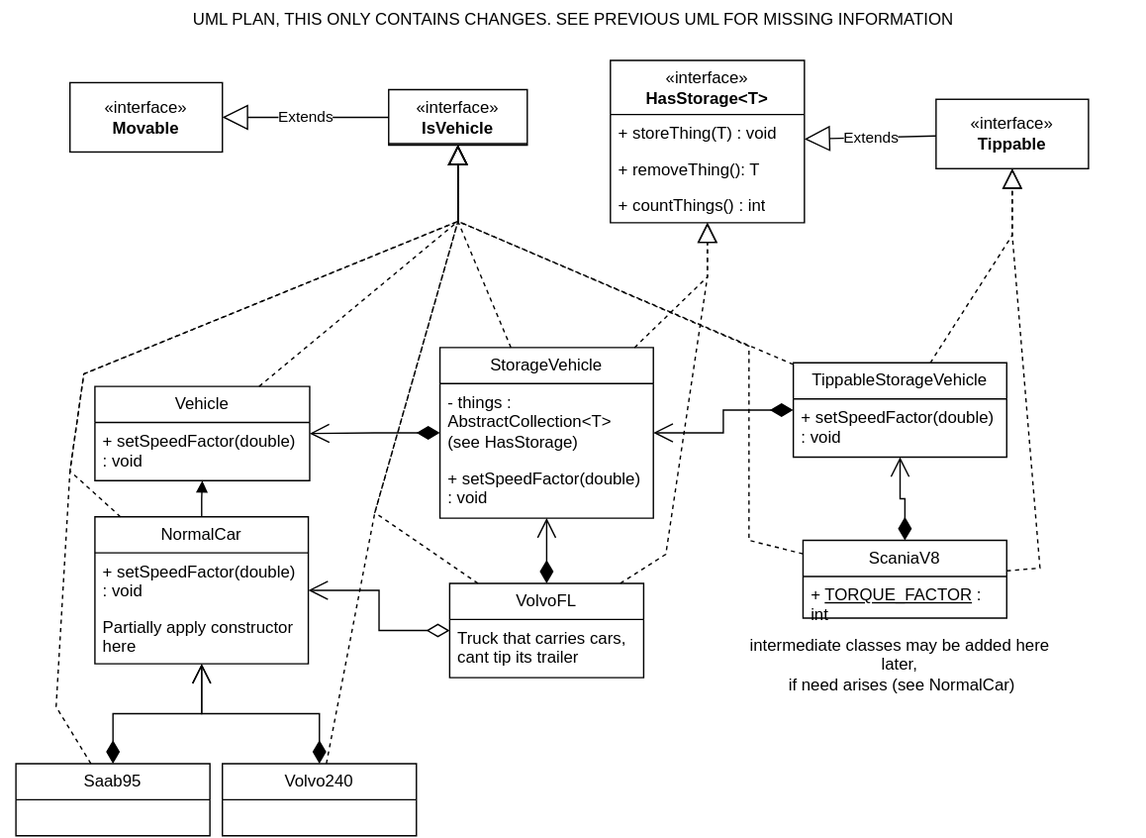
This is UML/UML-plan-2.svg from vicha00/DIT954-Labb-Grupp16, a draw.io export, as it was before one commit. Source tidied: cells renumbered, new cells last; positions are measured from the earlier drawing's top-left corner, leaving out a move shared by most shapes.
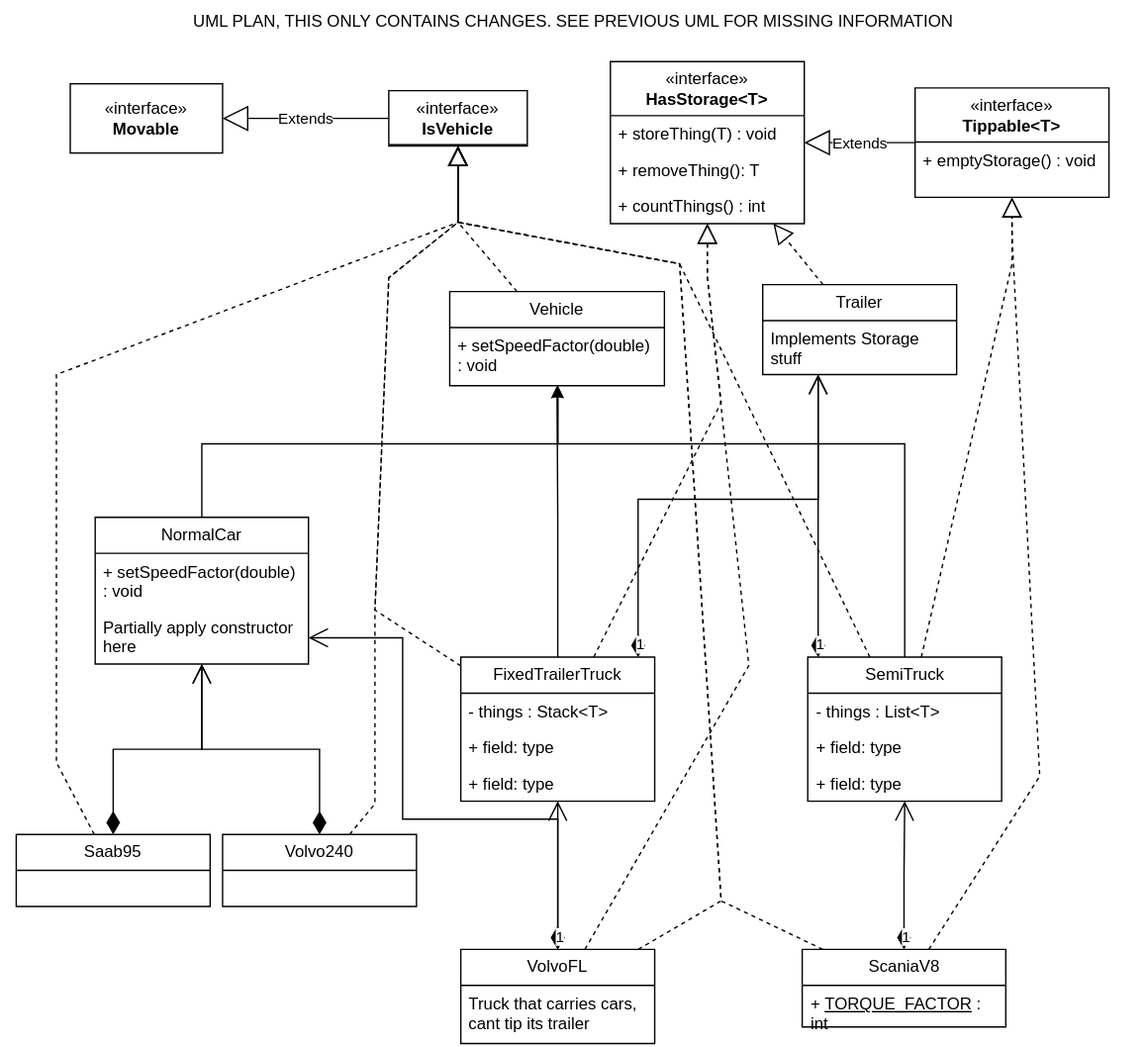
After the commit.

What changed in the source:
```diff
@@ -7,22 +7,4 @@
     </mxCell>
-    <mxCell id="3" value="«interface»&lt;br&gt;&lt;b&gt;Tippable&lt;/b&gt;" style="html=1;whiteSpace=wrap;" parent="1" vertex="1">
-      <mxGeometry x="675" y="72" width="110" height="50" as="geometry" />
-    </mxCell>
-    <mxCell id="4" value="StorageVehicle" style="swimlane;fontStyle=0;horizontal=1;startSize=26;fillColor=none;whiteSpace=wrap;html=1;" parent="1" vertex="1">
-      <mxGeometry x="317" y="251" width="154" height="123" as="geometry" />
-    </mxCell>
-    <mxCell id="5" value="- things : AbstractCollection&amp;lt;T&amp;gt; (see HasStorage)" style="text;strokeColor=none;fillColor=none;align=left;verticalAlign=top;spacingLeft=4;spacingRight=4;overflow=hidden;whiteSpace=wrap;html=1;" parent="4" vertex="1">
-      <mxGeometry y="26" width="154" height="55" as="geometry" />
-    </mxCell>
-    <mxCell id="6" value="+ setSpeedFactor(double) : void" style="text;strokeColor=none;fillColor=none;align=left;verticalAlign=top;spacingLeft=4;spacingRight=4;overflow=hidden;whiteSpace=wrap;html=1;" parent="4" vertex="1">
-      <mxGeometry y="81" width="154" height="42" as="geometry" />
-    </mxCell>
-    <mxCell id="7" value="TippableStorageVehicle" style="swimlane;fontStyle=0;horizontal=1;startSize=26;fillColor=none;whiteSpace=wrap;html=1;" parent="1" vertex="1">
-      <mxGeometry x="572" y="262" width="154" height="68" as="geometry" />
-    </mxCell>
-    <mxCell id="8" value="+ setSpeedFactor(double) : void" style="text;strokeColor=none;fillColor=none;align=left;verticalAlign=top;spacingLeft=4;spacingRight=4;overflow=hidden;whiteSpace=wrap;html=1;" parent="7" vertex="1">
-      <mxGeometry y="26" width="154" height="42" as="geometry" />
-    </mxCell>
     <mxCell id="9" value="Vehicle" style="swimlane;fontStyle=0;horizontal=1;startSize=26;fillColor=none;whiteSpace=wrap;html=1;" parent="1" vertex="1">
-      <mxGeometry x="68" y="279" width="155" height="68" as="geometry" />
+      <mxGeometry x="324" y="210" width="155" height="68" as="geometry" />
     </mxCell>
@@ -31,3 +13,3 @@
     </mxCell>
-    <mxCell id="11" value="Extends" style="endArrow=block;endSize=16;endFill=0;html=1;rounded=0;" parent="1" edge="1" source="3" target="35">
+    <mxCell id="11" value="Extends" style="endArrow=block;endSize=16;endFill=0;html=1;rounded=0;" parent="1" edge="1" source="61" target="35">
       <mxGeometry relative="1" as="geometry" />
@@ -37,5 +19,6 @@
     </mxCell>
-    <mxCell id="13" style="endArrow=block;dashed=1;endFill=0;endSize=12;html=1;rounded=0;" parent="1" edge="1" source="4" target="35">
+    <mxCell id="13" style="endArrow=block;dashed=1;endFill=0;endSize=12;html=1;rounded=0;" parent="1" edge="1" source="50" target="35">
       <mxGeometry relative="1" as="geometry">
         <Array as="points">
+          <mxPoint x="520" y="290" />
           <mxPoint x="510" y="200" />
@@ -44,6 +27,6 @@
     </mxCell>
-    <mxCell id="14" style="endArrow=block;dashed=1;endFill=0;endSize=12;html=1;rounded=0;" parent="1" edge="1" source="7" target="3">
+    <mxCell id="14" style="endArrow=block;dashed=1;endFill=0;endSize=12;html=1;rounded=0;" parent="1" edge="1" source="54" target="61">
       <mxGeometry relative="1" as="geometry">
         <Array as="points">
-          <mxPoint x="730" y="170" />
+          <mxPoint x="730" y="190" />
         </Array>
@@ -51,5 +34,6 @@
     </mxCell>
-    <mxCell id="15" style="endArrow=block;dashed=1;endFill=0;endSize=12;html=1;rounded=0;" parent="1" edge="1" source="7" target="48">
+    <mxCell id="15" style="endArrow=block;dashed=1;endFill=0;endSize=12;html=1;rounded=0;" parent="1" edge="1" source="54" target="48">
       <mxGeometry relative="1" as="geometry">
         <Array as="points">
+          <mxPoint x="490" y="190" />
           <mxPoint x="330" y="160" />
@@ -58,5 +42,7 @@
     </mxCell>
-    <mxCell id="16" style="endArrow=block;dashed=1;endFill=0;endSize=12;html=1;rounded=0;" parent="1" edge="1" source="4" target="48">
+    <mxCell id="16" style="endArrow=block;dashed=1;endFill=0;endSize=12;html=1;rounded=0;" parent="1" edge="1" source="50" target="48">
       <mxGeometry relative="1" as="geometry">
         <Array as="points">
+          <mxPoint x="270" y="440" />
+          <mxPoint x="280" y="200" />
           <mxPoint x="330" y="160" />
@@ -72,13 +58,10 @@
     </mxCell>
-    <mxCell id="18" value="1" style="endArrow=open;html=1;endSize=12;startArrow=diamondThin;startSize=14;startFill=1;edgeStyle=orthogonalEdgeStyle;align=left;verticalAlign=bottom;rounded=0;textOpacity=0;" parent="1" edge="1" source="7" target="4">
-      <mxGeometry x="-1" y="3" relative="1" as="geometry" />
-    </mxCell>
     <mxCell id="19" value="Volvo240" style="swimlane;fontStyle=0;horizontal=1;startSize=26;fillColor=none;whiteSpace=wrap;html=1;" parent="1" vertex="1">
-      <mxGeometry x="160" y="551" width="140" height="52" as="geometry" />
+      <mxGeometry x="160" y="602" width="140" height="52" as="geometry" />
     </mxCell>
     <mxCell id="20" value="&lt;div&gt;Saab95&lt;/div&gt;" style="swimlane;fontStyle=0;horizontal=1;startSize=26;fillColor=none;whiteSpace=wrap;html=1;" parent="1" vertex="1">
-      <mxGeometry x="11" y="551" width="140" height="52" as="geometry" />
+      <mxGeometry x="11" y="602" width="140" height="52" as="geometry" />
     </mxCell>
     <mxCell id="21" value="ScaniaV8" style="swimlane;fontStyle=0;horizontal=1;startSize=26;fillColor=none;whiteSpace=wrap;html=1;" parent="1" vertex="1">
-      <mxGeometry x="579" y="390" width="147" height="56" as="geometry" />
+      <mxGeometry x="578.5" y="685" width="147" height="56" as="geometry" />
     </mxCell>
@@ -87,5 +70,2 @@
     </mxCell>
-    <mxCell id="23" value="1" style="endArrow=open;html=1;endSize=12;startArrow=diamondThin;startSize=14;startFill=1;edgeStyle=orthogonalEdgeStyle;align=left;verticalAlign=bottom;rounded=0;textOpacity=0;" parent="1" edge="1" source="21" target="7">
-      <mxGeometry x="-1" y="3" relative="1" as="geometry" />
-    </mxCell>
     <mxCell id="24" value="1" style="endArrow=open;html=1;endSize=12;startArrow=diamondThin;startSize=14;startFill=1;edgeStyle=orthogonalEdgeStyle;align=left;verticalAlign=bottom;rounded=0;textOpacity=0;" parent="1" edge="1" source="19" target="30">
@@ -97,3 +77,3 @@
     <mxCell id="26" value="VolvoFL" style="swimlane;fontStyle=0;horizontal=1;startSize=26;fillColor=none;whiteSpace=wrap;html=1;" parent="1" vertex="1">
-      <mxGeometry x="324" y="421" width="140" height="68" as="geometry" />
+      <mxGeometry x="332" y="685" width="140" height="68" as="geometry" />
     </mxCell>
@@ -102,8 +82,2 @@
     </mxCell>
-    <mxCell id="28" value="1" style="endArrow=open;html=1;endSize=12;startArrow=diamondThin;startSize=14;startFill=1;edgeStyle=orthogonalEdgeStyle;align=left;verticalAlign=bottom;rounded=0;strokeWidth=1;textOpacity=0;" parent="1" edge="1" source="26" target="4">
-      <mxGeometry x="-1" y="3" relative="1" as="geometry" />
-    </mxCell>
-    <mxCell id="29" value="1" style="endArrow=open;html=1;endSize=12;startArrow=diamondThin;startSize=14;startFill=1;edgeStyle=orthogonalEdgeStyle;align=left;verticalAlign=bottom;rounded=0;textOpacity=0;" parent="1" edge="1" source="4" target="9">
-      <mxGeometry x="-1" y="3" relative="1" as="geometry" />
-    </mxCell>
     <mxCell id="30" value="NormalCar" style="swimlane;fontStyle=0;horizontal=1;startSize=26;fillColor=none;whiteSpace=wrap;html=1;" parent="1" vertex="1">
@@ -118,7 +92,9 @@
     <mxCell id="33" value="&lt;div&gt;&lt;br&gt;&lt;/div&gt;&lt;div&gt;&lt;br&gt;&lt;/div&gt;" style="endArrow=block;endFill=1;html=1;edgeStyle=orthogonalEdgeStyle;align=left;verticalAlign=top;rounded=0;" parent="1" edge="1" source="30" target="9">
-      <mxGeometry x="-1" relative="1" as="geometry" />
+      <mxGeometry x="-1" relative="1" as="geometry">
+        <Array as="points">
+          <mxPoint x="145" y="320" />
+          <mxPoint x="402" y="320" />
+        </Array>
+      </mxGeometry>
     </mxCell>
-    <mxCell id="34" value="1" style="endArrow=open;html=1;endSize=12;startArrow=diamondThin;startSize=14;startFill=0;edgeStyle=orthogonalEdgeStyle;align=left;verticalAlign=bottom;rounded=0;textOpacity=0;" parent="1" edge="1" source="26" target="30">
-      <mxGeometry x="-1" y="3" relative="1" as="geometry" />
-    </mxCell>
     <mxCell id="35" value="«interface»&lt;br&gt;&lt;div&gt;&lt;b&gt;HasStorage&amp;lt;T&amp;gt;&lt;/b&gt;&lt;/div&gt;" style="swimlane;fontStyle=0;horizontal=1;startSize=39;fillColor=none;whiteSpace=wrap;html=1;" parent="1" vertex="1">
@@ -135,5 +111,2 @@
     </mxCell>
-    <mxCell id="39" value="&lt;div&gt;intermediate classes may be added here later,&lt;/div&gt;&lt;div&gt;&amp;nbsp;if need arises (see NormalCar)&lt;/div&gt;" style="text;html=1;strokeColor=none;fillColor=none;align=center;verticalAlign=middle;whiteSpace=wrap;rounded=0;" parent="1" vertex="1">
-      <mxGeometry x="537" y="455" width="224" height="50" as="geometry" />
-    </mxCell>
     <mxCell id="40" value="UML PLAN, THIS ONLY CONTAINS CHANGES. SEE PREVIOUS UML FOR MISSING INFORMATION" style="text;html=1;strokeColor=none;fillColor=none;align=center;verticalAlign=middle;whiteSpace=wrap;rounded=0;" parent="1" vertex="1">
@@ -141,2 +114,46 @@
     </mxCell>
+    <mxCell id="48" value="«interface»&lt;br&gt;&lt;div&gt;&lt;b&gt;IsVehicle&lt;/b&gt;&lt;/div&gt;" style="swimlane;fontStyle=0;horizontal=1;startSize=39;fillColor=none;whiteSpace=wrap;html=1;" parent="1" vertex="1" collapsed="1">
+      <mxGeometry x="280" y="65" width="100" height="40" as="geometry" />
+    </mxCell>
+    <mxCell id="34" value="1" style="endArrow=open;html=1;endSize=12;startArrow=diamondThin;startSize=14;startFill=0;edgeStyle=orthogonalEdgeStyle;align=left;verticalAlign=bottom;rounded=0;" parent="1" edge="1" source="26" target="30">
+      <mxGeometry x="-1" y="3" relative="1" as="geometry">
+        <Array as="points">
+          <mxPoint x="290" y="591" />
+          <mxPoint x="290" y="460" />
+        </Array>
+      </mxGeometry>
+    </mxCell>
+    <mxCell id="49" style="edgeStyle=orthogonalEdgeStyle;rounded=0;jettySize=auto;html=1;" parent="1" edge="1" source="50" target="9">
+      <mxGeometry relative="1" as="geometry" />
+    </mxCell>
+    <mxCell id="50" value="FixedTrailerTruck" style="swimlane;fontStyle=0;horizontal=1;startSize=26;fillColor=none;whiteSpace=wrap;html=1;" parent="1" vertex="1">
+      <mxGeometry x="332" y="474" width="140" height="104" as="geometry" />
+    </mxCell>
+    <mxCell id="51" value="- things : Stack&amp;lt;T&amp;gt;" style="text;strokeColor=none;fillColor=none;align=left;verticalAlign=top;spacingLeft=4;spacingRight=4;overflow=hidden;whiteSpace=wrap;html=1;" parent="50" vertex="1">
+      <mxGeometry y="26" width="140" height="26" as="geometry" />
+    </mxCell>
+    <mxCell id="52" value="+ field: type" style="text;strokeColor=none;fillColor=none;align=left;verticalAlign=top;spacingLeft=4;spacingRight=4;overflow=hidden;whiteSpace=wrap;html=1;" parent="50" vertex="1">
+      <mxGeometry y="52" width="140" height="26" as="geometry" />
+    </mxCell>
+    <mxCell id="53" value="+ field: type" style="text;strokeColor=none;fillColor=none;align=left;verticalAlign=top;spacingLeft=4;spacingRight=4;overflow=hidden;whiteSpace=wrap;html=1;" parent="50" vertex="1">
+      <mxGeometry y="78" width="140" height="26" as="geometry" />
+    </mxCell>
+    <mxCell id="54" value="SemiTruck" style="swimlane;fontStyle=0;horizontal=1;startSize=26;fillColor=none;whiteSpace=wrap;html=1;" parent="1" vertex="1">
+      <mxGeometry x="582.5" y="474" width="140" height="104" as="geometry" />
+    </mxCell>
+    <mxCell id="55" value="- things : List&amp;lt;T&amp;gt;" style="text;strokeColor=none;fillColor=none;align=left;verticalAlign=top;spacingLeft=4;spacingRight=4;overflow=hidden;whiteSpace=wrap;html=1;" parent="54" vertex="1">
+      <mxGeometry y="26" width="140" height="26" as="geometry" />
+    </mxCell>
+    <mxCell id="56" value="+ field: type" style="text;strokeColor=none;fillColor=none;align=left;verticalAlign=top;spacingLeft=4;spacingRight=4;overflow=hidden;whiteSpace=wrap;html=1;" parent="54" vertex="1">
+      <mxGeometry y="52" width="140" height="26" as="geometry" />
+    </mxCell>
+    <mxCell id="57" value="+ field: type" style="text;strokeColor=none;fillColor=none;align=left;verticalAlign=top;spacingLeft=4;spacingRight=4;overflow=hidden;whiteSpace=wrap;html=1;" parent="54" vertex="1">
+      <mxGeometry y="78" width="140" height="26" as="geometry" />
+    </mxCell>
+    <mxCell id="58" value="1" style="endArrow=open;html=1;endSize=12;startArrow=diamondThin;startSize=14;startFill=1;edgeStyle=orthogonalEdgeStyle;align=left;verticalAlign=bottom;rounded=0;" parent="1" edge="1" source="21" target="54">
+      <mxGeometry x="-1" y="3" relative="1" as="geometry" />
+    </mxCell>
+    <mxCell id="59" value="1" style="endArrow=open;html=1;endSize=12;startArrow=diamondThin;startSize=14;startFill=1;edgeStyle=orthogonalEdgeStyle;align=left;verticalAlign=bottom;rounded=0;" parent="1" edge="1" source="26" target="50">
+      <mxGeometry x="-1" y="3" relative="1" as="geometry" />
+    </mxCell>
     <mxCell id="41" style="endArrow=block;dashed=1;endFill=0;endSize=12;html=1;rounded=0;" parent="1" edge="1" source="21" target="48">
@@ -144,4 +161,4 @@
         <Array as="points">
-          <mxPoint x="540" y="390" />
-          <mxPoint x="540" y="250" />
+          <mxPoint x="520" y="650" />
+          <mxPoint x="490" y="190" />
           <mxPoint x="330" y="160" />
@@ -150,2 +167,18 @@
     </mxCell>
+    <mxCell id="60" style="endArrow=block;dashed=1;endFill=0;endSize=12;html=1;rounded=0;" parent="1" edge="1" source="21" target="61">
+      <mxGeometry relative="1" as="geometry">
+        <Array as="points">
+          <mxPoint x="750" y="560" />
+          <mxPoint x="730" y="170" />
+        </Array>
+      </mxGeometry>
+    </mxCell>
+    <mxCell id="46" style="endArrow=block;dashed=1;endFill=0;endSize=12;html=1;rounded=0;" parent="1" edge="1" source="26" target="35">
+      <mxGeometry relative="1" as="geometry">
+        <Array as="points">
+          <mxPoint x="540" y="480" />
+          <mxPoint x="510" y="200" />
+        </Array>
+      </mxGeometry>
+    </mxCell>
     <mxCell id="42" style="endArrow=block;dashed=1;endFill=0;endSize=12;html=1;rounded=0;" parent="1" edge="1" source="26" target="48">
@@ -153,3 +186,4 @@
         <Array as="points">
-          <mxPoint x="270" y="370" />
+          <mxPoint x="520" y="650" />
+          <mxPoint x="490" y="190" />
           <mxPoint x="330" y="160" />
@@ -161,3 +195,5 @@
         <Array as="points">
-          <mxPoint x="270" y="370" />
+          <mxPoint x="270" y="580" />
+          <mxPoint x="270" y="440" />
+          <mxPoint x="280" y="200" />
           <mxPoint x="330" y="160" />
@@ -169,5 +205,4 @@
         <Array as="points">
-          <mxPoint x="40" y="510" />
-          <mxPoint x="50" y="340" />
-          <mxPoint x="60" y="270" />
+          <mxPoint x="40" y="550" />
+          <mxPoint x="40" y="270" />
           <mxPoint x="330" y="160" />
@@ -176,30 +211,41 @@
     </mxCell>
-    <mxCell id="45" style="endArrow=block;dashed=1;endFill=0;endSize=12;html=1;rounded=0;" parent="1" edge="1" source="30" target="48">
-      <mxGeometry relative="1" as="geometry">
-        <Array as="points">
-          <mxPoint x="50" y="340" />
-          <mxPoint x="60" y="270" />
-          <mxPoint x="330" y="160" />
-        </Array>
-      </mxGeometry>
-    </mxCell>
-    <mxCell id="46" style="endArrow=block;dashed=1;endFill=0;endSize=12;html=1;rounded=0;" parent="1" edge="1" source="26" target="35">
-      <mxGeometry relative="1" as="geometry">
-        <Array as="points">
-          <mxPoint x="480" y="400" />
-          <mxPoint x="510" y="200" />
-        </Array>
-      </mxGeometry>
-    </mxCell>
-    <mxCell id="47" style="endArrow=block;dashed=1;endFill=0;endSize=12;html=1;rounded=0;" parent="1" edge="1" source="21" target="3">
-      <mxGeometry relative="1" as="geometry">
-        <Array as="points">
-          <mxPoint x="750" y="410" />
-          <mxPoint x="730" y="170" />
-        </Array>
-      </mxGeometry>
-    </mxCell>
-    <mxCell id="48" value="«interface»&lt;br&gt;&lt;div&gt;&lt;b&gt;IsVehicle&lt;/b&gt;&lt;/div&gt;" style="swimlane;fontStyle=0;horizontal=1;startSize=39;fillColor=none;whiteSpace=wrap;html=1;" parent="1" vertex="1" collapsed="1">
-      <mxGeometry x="280" y="65" width="100" height="40" as="geometry" />
-    </mxCell>
+    <mxCell id="61" value="«interface»&lt;br&gt;&lt;div&gt;&lt;b&gt;Tippable&amp;lt;T&amp;gt;&lt;/b&gt;&lt;/div&gt;" style="swimlane;fontStyle=0;horizontal=1;startSize=39;fillColor=none;whiteSpace=wrap;html=1;" parent="1" vertex="1">
+      <mxGeometry x="660" y="63" width="140" height="79" as="geometry" />
+    </mxCell>
+    <mxCell id="62" value="+ emptyStorage() : void" style="text;strokeColor=none;fillColor=none;align=left;verticalAlign=top;spacingLeft=4;spacingRight=4;overflow=hidden;whiteSpace=wrap;html=1;" parent="61" vertex="1">
+      <mxGeometry y="39" width="140" height="40" as="geometry" />
+    </mxCell>
+    <mxCell id="63" style="edgeStyle=orthogonalEdgeStyle;rounded=0;jettySize=auto;html=1;" parent="1" edge="1" source="54" target="9">
+      <mxGeometry relative="1" as="geometry">
+        <Array as="points">
+          <mxPoint x="652" y="320" />
+          <mxPoint x="402" y="320" />
+        </Array>
+      </mxGeometry>
+    </mxCell>
+    <mxCell id="64" value="&lt;div&gt;Trailer&lt;/div&gt;" style="swimlane;fontStyle=0;horizontal=1;startSize=26;fillColor=none;whiteSpace=wrap;html=1;" parent="1" vertex="1">
+      <mxGeometry x="550" y="205" width="140" height="65" as="geometry" />
+    </mxCell>
+    <mxCell id="65" value="Implements Storage stuff" style="text;strokeColor=none;fillColor=none;align=left;verticalAlign=top;spacingLeft=4;spacingRight=4;overflow=hidden;whiteSpace=wrap;html=1;" parent="64" vertex="1">
+      <mxGeometry y="26" width="140" height="39" as="geometry" />
+    </mxCell>
+    <mxCell id="66" style="endArrow=block;dashed=1;endFill=0;endSize=12;html=1;rounded=0;" parent="1" edge="1" source="64" target="35">
+      <mxGeometry relative="1" as="geometry" />
+    </mxCell>
+    <mxCell id="67" value="1" style="endArrow=open;html=1;endSize=12;startArrow=diamondThin;startSize=14;startFill=1;edgeStyle=orthogonalEdgeStyle;align=left;verticalAlign=bottom;rounded=0;" parent="1" edge="1" source="54" target="64">
+      <mxGeometry x="-1" y="3" relative="1" as="geometry">
+        <Array as="points">
+          <mxPoint x="590" y="310" />
+          <mxPoint x="590" y="310" />
+        </Array>
+      </mxGeometry>
+    </mxCell>
+    <mxCell id="68" value="1" style="endArrow=open;html=1;endSize=12;startArrow=diamondThin;startSize=14;startFill=1;edgeStyle=orthogonalEdgeStyle;align=left;verticalAlign=bottom;rounded=0;" parent="1" edge="1" source="50" target="64">
+      <mxGeometry x="-1" y="3" relative="1" as="geometry">
+        <Array as="points">
+          <mxPoint x="460" y="360" />
+          <mxPoint x="590" y="360" />
+        </Array>
+      </mxGeometry>
+    </mxCell>
   </root>
```
